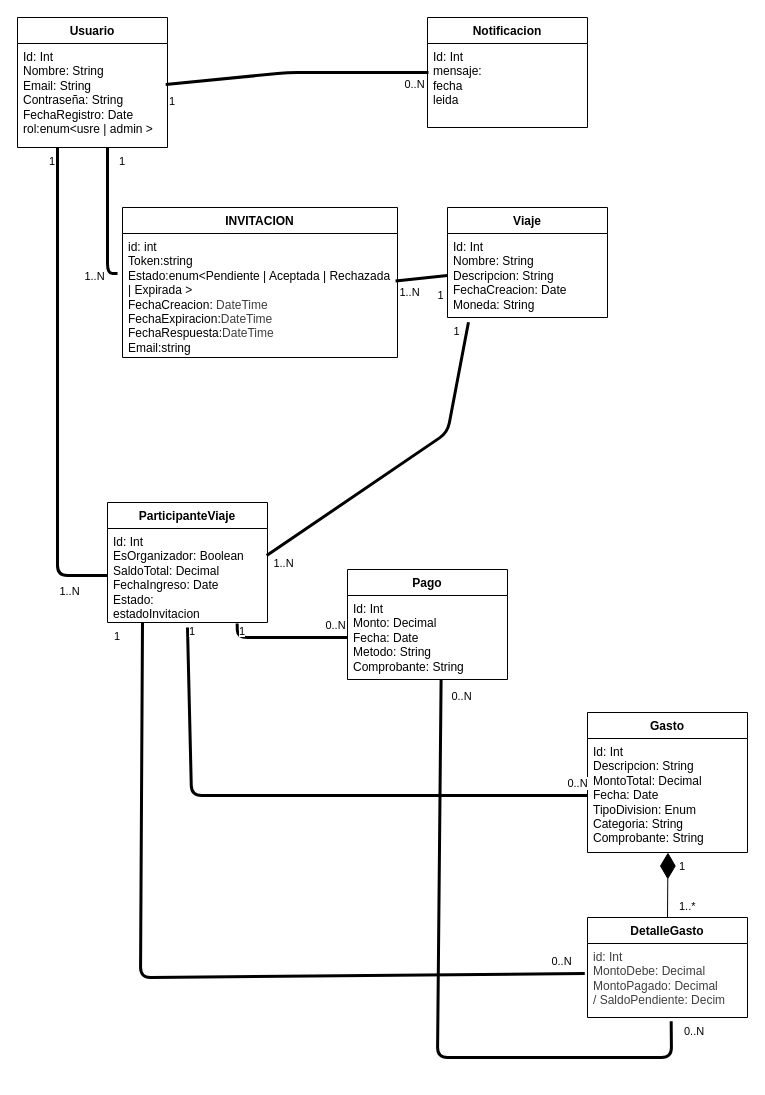
Earlier version of the draw.io diagram page "Page-1" (1 of 2) of docs/ModeloDeDominio.drawio (TPI-Entre-Todos/Entre-Todos-API). Source tidied: cells renumbered, new cells numbered last; positions are measured from the earlier drawing's top-left corner, leaving out a move shared by most shapes. Both pictures are drawn from the tidied source at 100%, with x=0, y=0 at pixel (17, 17).
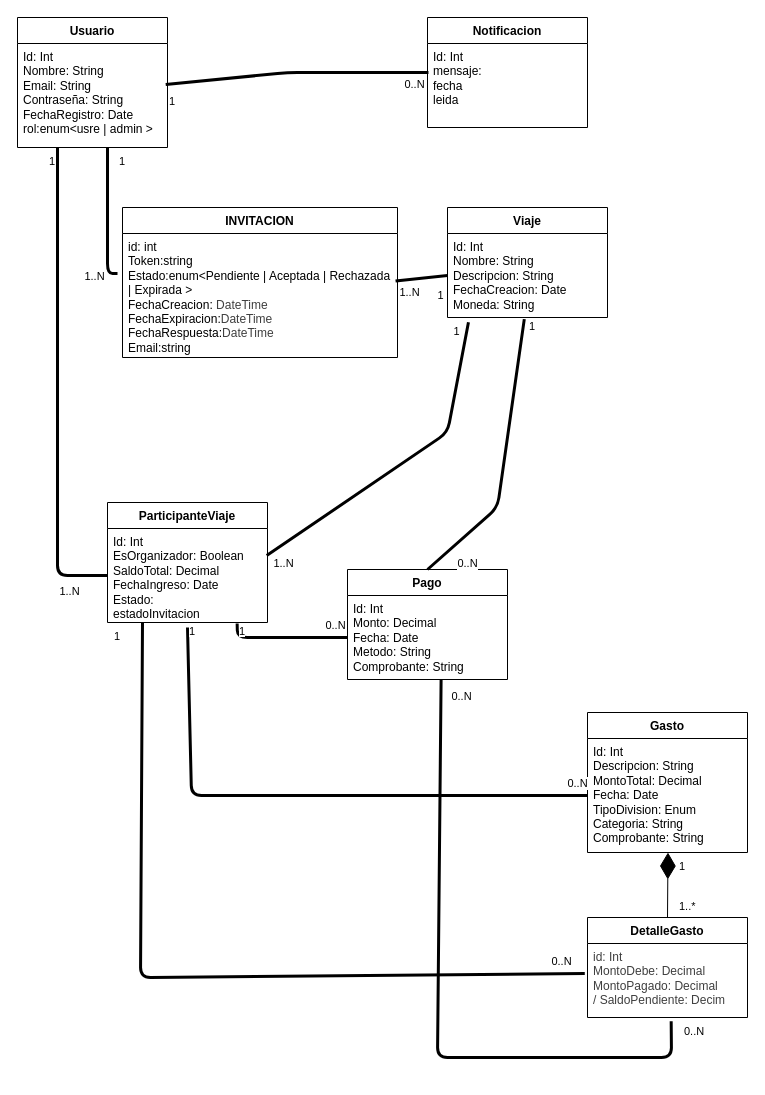
The same diagram, later.

Unchanged cells that the change refers to:
```xml
<mxCell id="5" value="&lt;div&gt;Id:&amp;nbsp;&lt;span style=&quot;background-color: transparent; color: light-dark(rgb(0, 0, 0), rgb(255, 255, 255));&quot;&gt;Int&lt;/span&gt;&lt;/div&gt;&lt;div&gt;&lt;span style=&quot;background-color: transparent; color: light-dark(rgb(0, 0, 0), rgb(255, 255, 255));&quot;&gt;Nombre: String&lt;/span&gt;&lt;/div&gt;&lt;div&gt;Descripcion: String&lt;/div&gt;&lt;div&gt;FechaCreacion: Date&lt;/div&gt;&lt;div&gt;&lt;span style=&quot;background-color: transparent; color: light-dark(rgb(0, 0, 0), rgb(255, 255, 255));&quot;&gt;Moneda: String&lt;/span&gt;&lt;/div&gt;" style="text;strokeColor=none;fillColor=none;align=left;verticalAlign=top;spacingLeft=4;spacingRight=4;overflow=hidden;points=[[0,0.5],[1,0.5]];portConstraint=eastwest;whiteSpace=wrap;html=1;" parent="4" vertex="1">
  <mxGeometry y="26" width="160" height="84" as="geometry" />
</mxCell>
<mxCell id="10" value="Pago" style="swimlane;fontStyle=1;align=center;verticalAlign=top;horizontal=1;startSize=26;whiteSpace=wrap;html=1;" parent="1" vertex="1">
  <mxGeometry x="330" y="552" width="160" height="110" as="geometry" />
</mxCell>
```

What changed in the source:
```diff
@@
+    <mxCell id="49" value="&lt;span style=&quot;color: rgb(0, 0, 0); font-family: Helvetica; font-size: 11px; font-style: normal; font-variant-ligatures: normal; font-variant-caps: normal; font-weight: 400; letter-spacing: normal; orphans: 2; text-align: center; text-indent: 0px; text-transform: none; widows: 2; word-spacing: 0px; -webkit-text-stroke-width: 0px; white-space: nowrap; background-color: rgb(255, 255, 255); text-decoration-thickness: initial; text-decoration-style: initial; text-decoration-color: initial; display: inline !important; float: none;&quot;&gt;1&lt;/span&gt;" style="text;whiteSpace=wrap;html=1;" parent="1" vertex="1">
+      <mxGeometry x="510" y="295" width="40" height="40" as="geometry" />
+    </mxCell>
+    <mxCell id="50" style="endArrow=none;startArrow=none;endFill=0;startFill=0;endSize=8;html=1;verticalAlign=bottom;labelBackgroundColor=none;strokeWidth=3;exitX=0.5;exitY=0;exitDx=0;exitDy=0;entryX=0.48;entryY=1.019;entryDx=0;entryDy=0;entryPerimeter=0;" parent="1" edge="1" source="10" target="5">
+      <mxGeometry relative="1" as="geometry">
+        <Array as="points">
+          <mxPoint x="480" y="490" />
+        </Array>
+      </mxGeometry>
+    </mxCell>
+    <mxCell id="51" value="0..N" style="edgeLabel;html=1;align=center;verticalAlign=middle;" parent="50" vertex="1">
+      <mxGeometry x="-0.89" y="-3" relative="1" as="geometry">
+        <mxPoint x="26" y="2" as="offset" />
+      </mxGeometry>
+    </mxCell>
```
